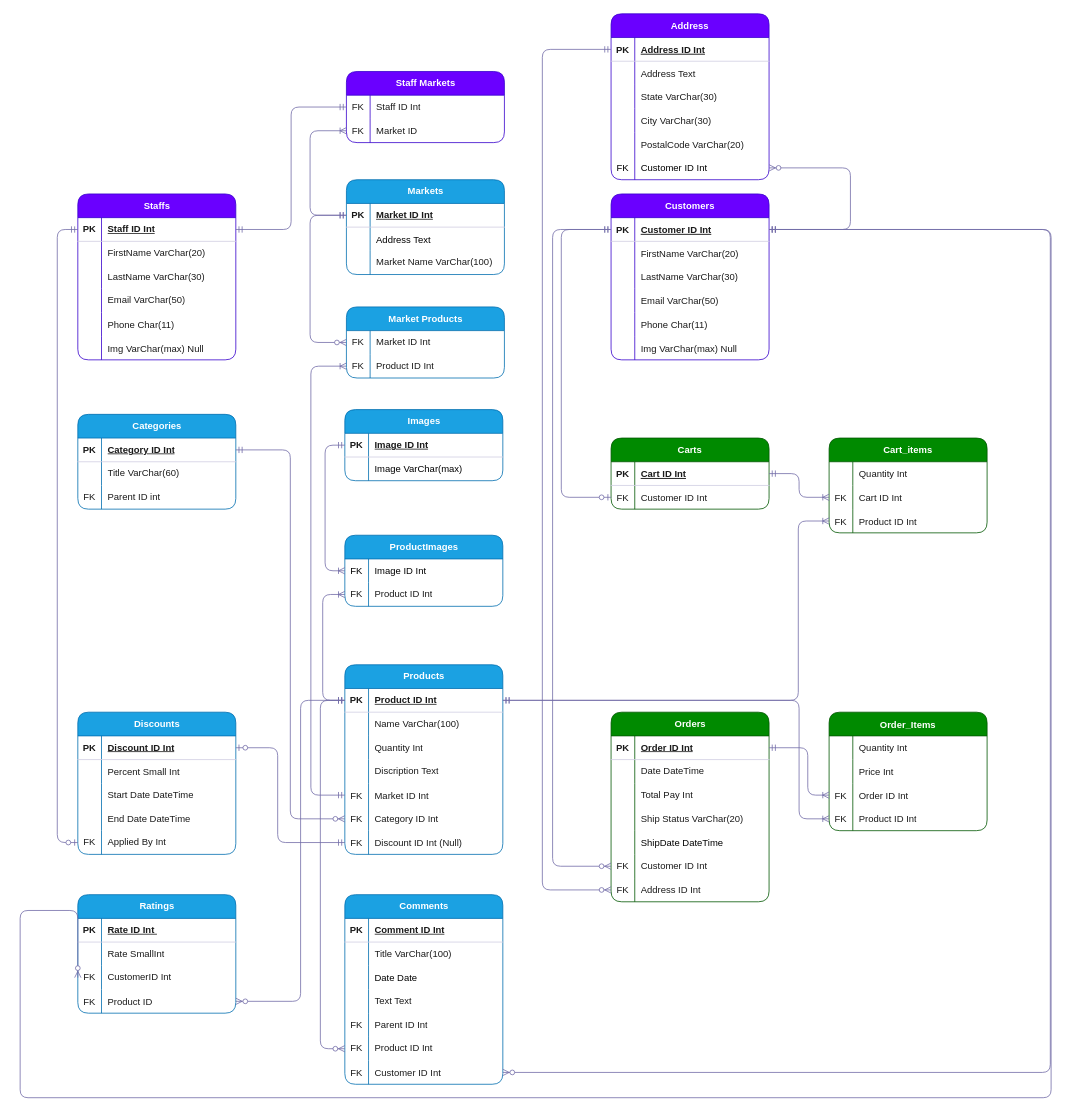
The draw.io diagram ERD/OnlineShop.drawio in reza-rezaeemoghadam/Final_Project, before the edit. Source tidied: cells renumbered, new cells numbered last; positions are measured from the earlier drawing's top-left corner, leaving out a move shared by most shapes. Both pictures are drawn from the tidied source at 79%, with x=0, y=0 at pixel (20, 13).
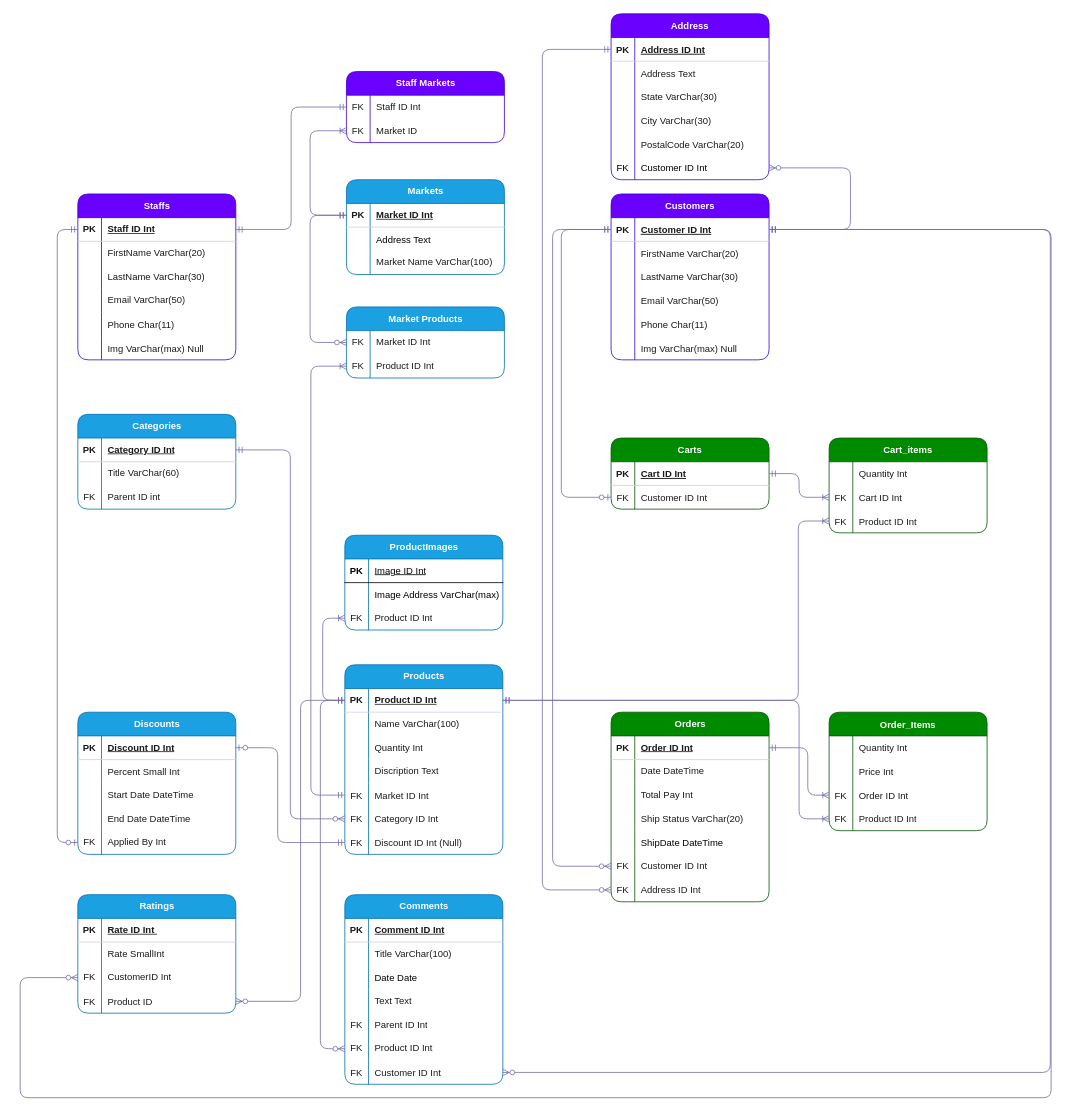
The same page after the edit.

Commit message (it also covers changes not shown here):
Refactoring the ERD

Unchanged cells that the change refers to:
```xml
<mxCell id="23" style="shape=partialRectangle;fillColor=none;points=[[0,0.5],[1,0.5]];portConstraint=eastwest;top=0;left=0;right=0;bottom=1;labelBackgroundColor=none;strokeColor=#D0CEE2;fontColor=#1A1A1A;rounded=1;" parent="22" vertex="1">
  <mxGeometry y="30" width="200" height="30" as="geometry" />
</mxCell>
<mxCell id="210" style="shape=tableRow;horizontal=0;startSize=0;swimlaneHead=0;swimlaneBody=0;fillColor=none;points=[[0,0.5],[1,0.5]];portConstraint=eastwest;top=0;left=0;right=0;bottom=0;labelBackgroundColor=none;strokeColor=#D0CEE2;fontColor=#1A1A1A;rounded=1;" parent="203" vertex="1">
  <mxGeometry y="90" width="200" height="30" as="geometry" />
</mxCell>
```

Change to the diagram source:
```diff
@@
     <mxCell id="177" value="ProductImages" style="shape=table;startSize=30;childLayout=tableLayout;rowLines=0;fontStyle=1;align=center;html=1;labelBackgroundColor=none;fillColor=#1ba1e2;strokeColor=#006EAF;fontColor=#ffffff;rounded=1;" parent="1" vertex="1">
-      <mxGeometry x="411" y="660" width="200" height="90" as="geometry" />
+      <mxGeometry x="411" y="660" width="200" height="120" as="geometry" />
     </mxCell>
-    <mxCell id="178" style="shape=tableRow;horizontal=0;startSize=0;swimlaneHead=0;swimlaneBody=0;fillColor=none;points=[[0,0.5],[1,0.5]];portConstraint=eastwest;top=0;left=0;right=0;bottom=0;" parent="177" vertex="1">
-      <mxGeometry y="30" width="200" height="30" as="geometry" />
-    </mxCell>
-    <mxCell id="179" value="FK" style="shape=partialRectangle;fillColor=none;top=0;left=0;bottom=0;right=0;overflow=hidden;fontColor=#000000;" parent="178" vertex="1">
-      <mxGeometry width="30" height="30" as="geometry" />
-    </mxCell>
-    <mxCell id="180" value="Image ID Int" style="shape=partialRectangle;fillColor=none;top=0;left=0;bottom=0;right=0;align=left;spacingLeft=6;overflow=hidden;fontColor=#000000;" parent="178" vertex="1">
-      <mxGeometry x="30" width="170" height="30" as="geometry" />
-    </mxCell>
+    <mxCell id="253" style="shape=tableRow;horizontal=0;startSize=0;swimlaneHead=0;swimlaneBody=0;fillColor=none;top=0;left=0;right=0;bottom=1;" parent="177" vertex="1">
+      <mxGeometry y="30" width="200" height="30" as="geometry" />
+    </mxCell>
+    <mxCell id="246" value="&lt;font color=&quot;#000000&quot;&gt;PK&lt;/font&gt;" style="shape=partialRectangle;fillColor=none;top=0;left=0;bottom=0;right=0;fontStyle=1;overflow=hidden;whiteSpace=wrap;html=1;" parent="253" vertex="1">
+      <mxGeometry width="30" height="30" as="geometry" />
+    </mxCell>
+    <mxCell id="254" value="&lt;span style=&quot;color: rgb(0, 0, 0); font-weight: 400; text-wrap: nowrap;&quot;&gt;Image ID Int&lt;/span&gt;" style="shape=partialRectangle;fillColor=none;top=0;left=0;bottom=0;right=0;align=left;spacingLeft=6;fontStyle=5;overflow=hidden;whiteSpace=wrap;html=1;" parent="253" vertex="1">
+      <mxGeometry x="30" width="170" height="30" as="geometry" />
+    </mxCell>
+    <mxCell id="248" style="shape=tableRow;horizontal=0;startSize=0;swimlaneHead=0;swimlaneBody=0;fillColor=none;top=0;left=0;right=0;bottom=0;" parent="177" vertex="1">
+      <mxGeometry y="60" width="200" height="30" as="geometry" />
+    </mxCell>
+    <mxCell id="249" style="shape=partialRectangle;fillColor=none;top=0;left=0;bottom=0;right=0;overflow=hidden;" parent="248" vertex="1">
+      <mxGeometry width="30" height="30" as="geometry" />
+    </mxCell>
+    <mxCell id="255" value="Image Address VarChar(max)" style="shape=partialRectangle;fillColor=none;top=0;left=0;bottom=0;right=0;align=left;spacingLeft=6;overflow=hidden;fontColor=#000000;" parent="248" vertex="1">
+      <mxGeometry x="30" width="170" height="30" as="geometry" />
+    </mxCell>
     <mxCell id="181" style="shape=tableRow;horizontal=0;startSize=0;swimlaneHead=0;swimlaneBody=0;fillColor=none;points=[[0,0.5],[1,0.5]];portConstraint=eastwest;top=0;left=0;right=0;bottom=0;labelBackgroundColor=none;strokeColor=#D0CEE2;fontColor=#1A1A1A;rounded=1;" parent="177" vertex="1">
-      <mxGeometry y="60" width="200" height="30" as="geometry" />
+      <mxGeometry y="90" width="200" height="30" as="geometry" />
     </mxCell>
@@
     <mxCell id="243" style="edgeStyle=orthogonalEdgeStyle;fontSize=12;html=1;endArrow=ERzeroToMany;startArrow=ERmandOne;rounded=1;strokeColor=#736CA8;exitX=1;exitY=0.5;exitDx=0;exitDy=0;entryX=0;entryY=0.5;entryDx=0;entryDy=0;" parent="1" edge="1" source="23" target="210">
       <mxGeometry relative="1" as="geometry">
         <Array as="points">
           <mxPoint x="1305" y="273" />
           <mxPoint x="1305" y="1372" />
           <mxPoint y="1372" />
-          <mxPoint y="1135" />
-          <mxPoint x="73" y="1135" />
+          <mxPoint y="1220" />
         </Array>
       </mxGeometry>
     </mxCell>
-    <mxCell id="244" value="Images" style="shape=table;startSize=30;childLayout=tableLayout;rowLines=0;fontStyle=1;align=center;html=1;labelBackgroundColor=none;fillColor=#1ba1e2;strokeColor=#006EAF;fontColor=#ffffff;rounded=1;" parent="1" vertex="1">
-      <mxGeometry x="411" y="501" width="200" height="90" as="geometry" />
-    </mxCell>
-    <mxCell id="245" style="shape=tableRow;horizontal=0;startSize=0;swimlaneHead=0;swimlaneBody=0;fillColor=none;points=[[0,0.5],[1,0.5]];portConstraint=eastwest;top=0;left=0;right=0;bottom=1;labelBackgroundColor=none;strokeColor=#D0CEE2;fontColor=#1A1A1A;rounded=1;" parent="244" vertex="1">
-      <mxGeometry y="30" width="200" height="30" as="geometry" />
-    </mxCell>
-    <mxCell id="246" value="PK" style="shape=partialRectangle;fillColor=none;top=0;left=0;bottom=0;right=0;fontStyle=1;overflow=hidden;whiteSpace=wrap;html=1;labelBackgroundColor=none;strokeColor=#D0CEE2;fontColor=#1A1A1A;rounded=1;" parent="245" vertex="1">
-      <mxGeometry width="30" height="30" as="geometry" />
-    </mxCell>
-    <mxCell id="247" value="Image ID Int" style="shape=partialRectangle;fillColor=none;top=0;left=0;bottom=0;right=0;align=left;spacingLeft=6;fontStyle=5;overflow=hidden;whiteSpace=wrap;html=1;labelBackgroundColor=none;strokeColor=#D0CEE2;fontColor=#1A1A1A;rounded=1;" parent="245" vertex="1">
-      <mxGeometry x="30" width="170" height="30" as="geometry" />
-    </mxCell>
-    <mxCell id="248" style="shape=tableRow;horizontal=0;startSize=0;swimlaneHead=0;swimlaneBody=0;fillColor=none;top=0;left=0;right=0;bottom=0;" parent="244" vertex="1">
-      <mxGeometry y="60" width="200" height="30" as="geometry" />
-    </mxCell>
-    <mxCell id="249" style="shape=partialRectangle;fillColor=none;top=0;left=0;bottom=0;right=0;overflow=hidden;" parent="248" vertex="1">
-      <mxGeometry width="30" height="30" as="geometry" />
-    </mxCell>
-    <mxCell id="250" value="Image VarChar(max)" style="shape=partialRectangle;fillColor=none;top=0;left=0;bottom=0;right=0;align=left;spacingLeft=6;overflow=hidden;fontColor=#000000;" parent="248" vertex="1">
-      <mxGeometry x="30" width="170" height="30" as="geometry" />
-    </mxCell>
-    <mxCell id="251" style="edgeStyle=elbowEdgeStyle;fontSize=12;html=1;endArrow=ERoneToMany;startArrow=ERmandOne;rounded=1;entryX=0;entryY=0.5;entryDx=0;entryDy=0;exitX=0;exitY=0.5;exitDx=0;exitDy=0;strokeColor=#736CA8;curved=0;" parent="1" edge="1" source="245" target="178">
-      <mxGeometry relative="1" as="geometry">
-        <Array as="points">
-          <mxPoint x="386" y="628" />
-        </Array>
-      </mxGeometry>
-    </mxCell>
```
